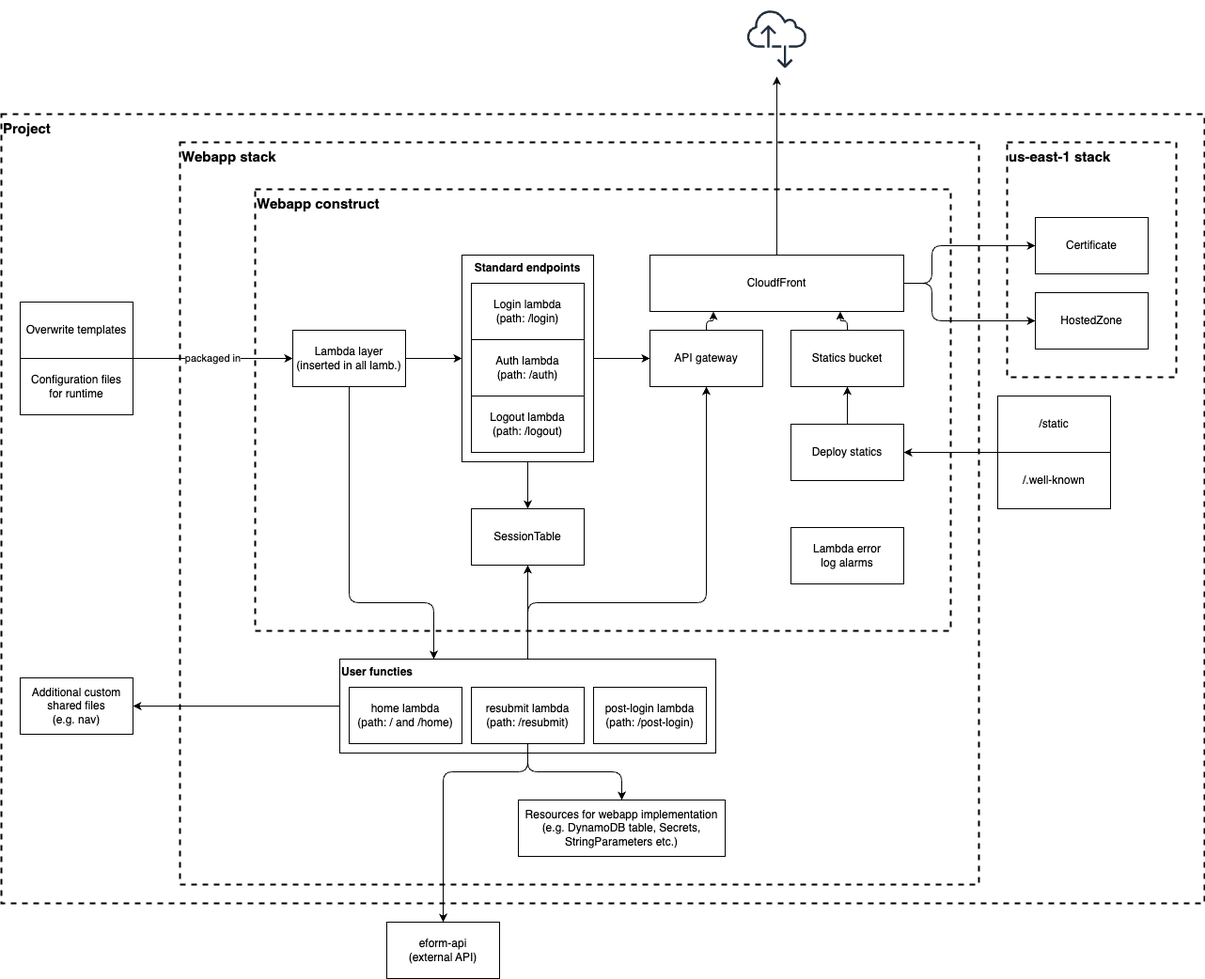
This is docs/overview.drawio.png from GemeenteNijmegen/webformulieren-management, a draw.io export, as it was before one commit. Source tidied: cells renumbered, new cells last; positions are measured from the earlier drawing's top-left corner, leaving out a move shared by most shapes.
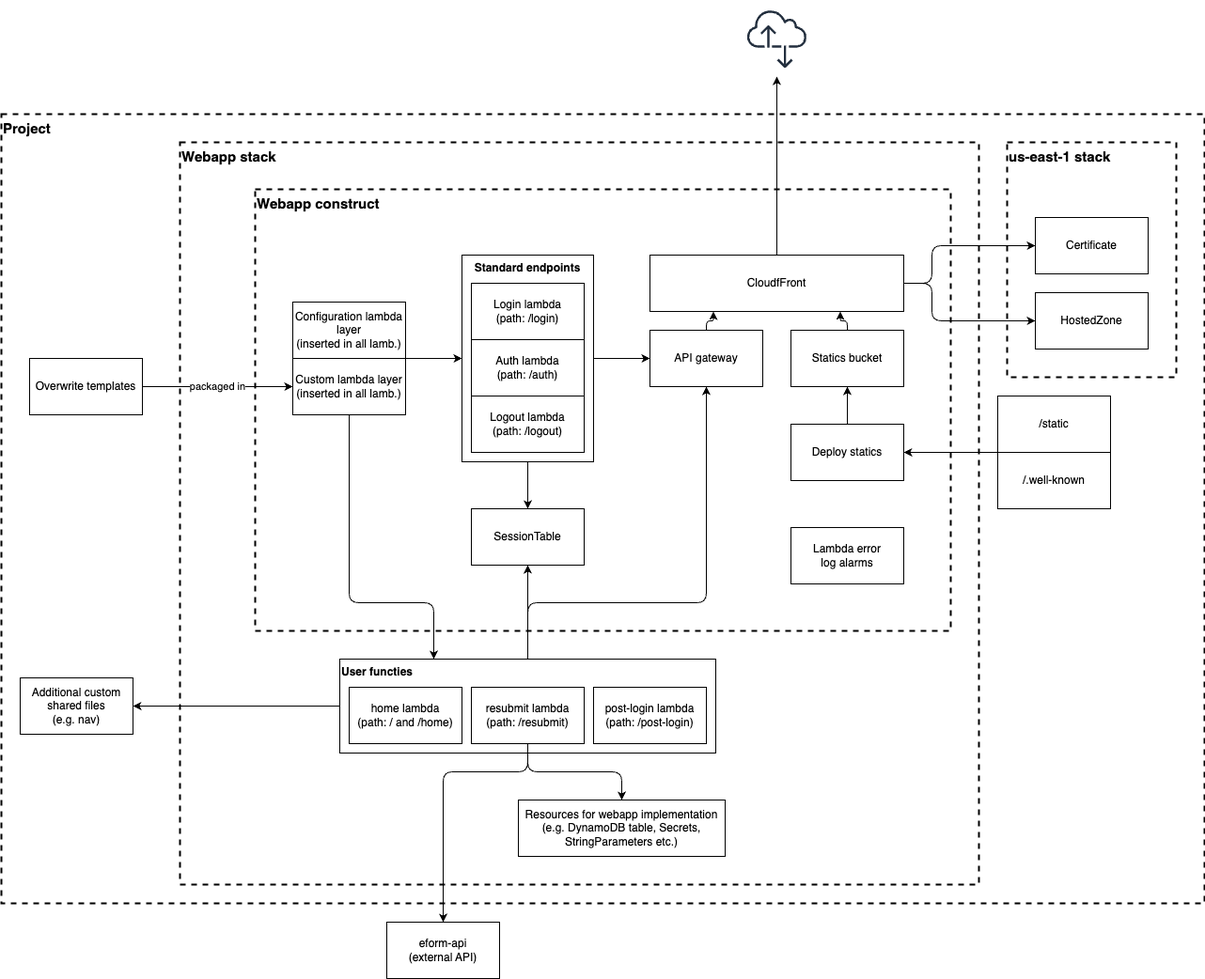
Later version of the same file.

Diff of the diagram source:
```diff
@@ -34,7 +34,7 @@
     <mxCell id="10" style="edgeStyle=none;html=1;exitX=0.5;exitY=1;exitDx=0;exitDy=0;entryX=0.5;entryY=0;entryDx=0;entryDy=0;" parent="1" edge="1" source="38" target="9">
       <mxGeometry relative="1" as="geometry" />
     </mxCell>
-    <mxCell id="11" style="edgeStyle=none;html=1;exitX=1;exitY=0.5;exitDx=0;exitDy=0;entryX=0;entryY=0.5;entryDx=0;entryDy=0;" parent="1" edge="1" source="13" target="35">
+    <mxCell id="11" style="edgeStyle=none;html=1;exitX=1;exitY=0;exitDx=0;exitDy=0;entryX=0;entryY=0.5;entryDx=0;entryDy=0;" parent="1" edge="1" source="13" target="35">
       <mxGeometry relative="1" as="geometry" />
     </mxCell>
     <mxCell id="12" style="edgeStyle=orthogonalEdgeStyle;html=1;exitX=0.5;exitY=1;exitDx=0;exitDy=0;entryX=0.25;entryY=0;entryDx=0;entryDy=0;fontSize=15;" parent="1" edge="1" source="13" target="8">
@@ -45,18 +45,15 @@
         </Array>
       </mxGeometry>
     </mxCell>
-    <mxCell id="13" value="Lambda layer&lt;br&gt;(inserted in all lamb.)" style="rounded=0;whiteSpace=wrap;html=1;" parent="1" vertex="1">
-      <mxGeometry x="310" y="350" width="120" height="60" as="geometry" />
+    <mxCell id="13" value="Custom lambda layer&lt;br&gt;(inserted in all lamb.)" style="rounded=0;whiteSpace=wrap;html=1;" parent="1" vertex="1">
+      <mxGeometry x="310" y="380" width="120" height="60" as="geometry" />
     </mxCell>
     <mxCell id="14" value="Overwrite templates" style="rounded=0;whiteSpace=wrap;html=1;" parent="1" vertex="1">
-      <mxGeometry x="20" y="320" width="120" height="60" as="geometry" />
+      <mxGeometry x="30" y="380" width="120" height="60" as="geometry" />
     </mxCell>
-    <mxCell id="15" value="packaged in" style="edgeStyle=none;html=1;exitX=1;exitY=0;exitDx=0;exitDy=0;entryX=0;entryY=0.5;entryDx=0;entryDy=0;" parent="1" edge="1" source="16" target="13">
+    <mxCell id="15" value="packaged in" style="edgeStyle=none;html=1;exitX=1;exitY=0.5;exitDx=0;exitDy=0;entryX=0;entryY=0.5;entryDx=0;entryDy=0;" parent="1" edge="1" source="14" target="13">
       <mxGeometry relative="1" as="geometry" />
     </mxCell>
-    <mxCell id="16" value="Configuration files&lt;br&gt;for runtime" style="rounded=0;whiteSpace=wrap;html=1;" parent="1" vertex="1">
-      <mxGeometry x="20" y="380" width="120" height="60" as="geometry" />
-    </mxCell>
     <mxCell id="17" value="home lambda&lt;br&gt;(path: / and /home)" style="rounded=0;whiteSpace=wrap;html=1;" parent="1" vertex="1">
       <mxGeometry x="370" y="730" width="120" height="60" as="geometry" />
     </mxCell>
@@ -168,5 +165,8 @@
     <mxCell id="48" value="Lambda error&lt;br&gt;log alarms" style="rounded=0;whiteSpace=wrap;html=1;" parent="1" vertex="1">
       <mxGeometry x="840" y="560" width="120" height="60" as="geometry" />
     </mxCell>
+    <mxCell id="49" value="Configuration lambda layer&lt;br&gt;(inserted in all lamb.)" style="rounded=0;whiteSpace=wrap;html=1;" parent="1" vertex="1">
+      <mxGeometry x="310" y="320" width="120" height="60" as="geometry" />
+    </mxCell>
   </root>
 </mxGraphModel>
```
